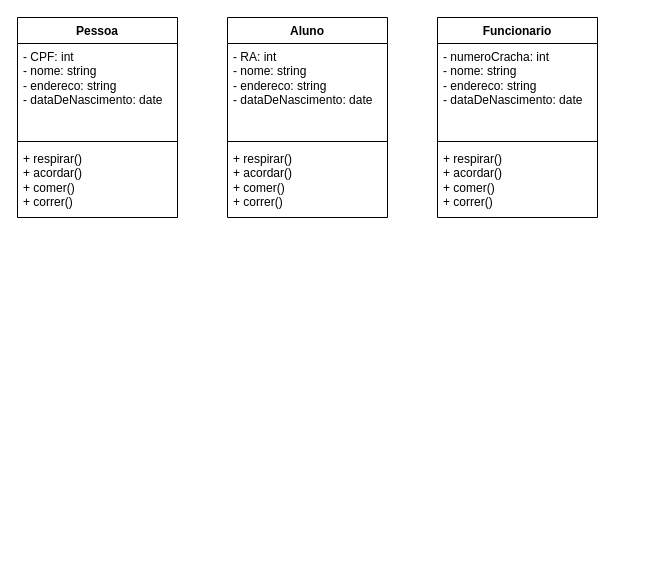
The draw.io diagram Diagrama sem nome.drawio in Jhonneg/FluxogramaRepo, before the edit. Source tidied: cells renumbered, new cells numbered last; positions are measured from the earlier drawing's top-left corner, leaving out a move shared by most shapes. Both pictures are drawn from the tidied source at 100%, with x=0, y=0 at pixel (17, 17).
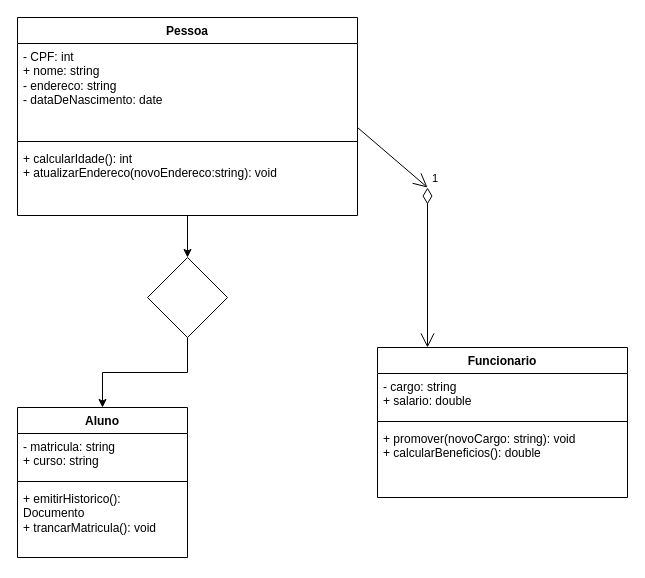
Above is the later version.

The edit, as a diff of the source:
```diff
@@
+    <mxCell id="14" style="edgeStyle=orthogonalEdgeStyle;rounded=0;jettySize=auto;html=1;" parent="1" edge="1" source="2" target="19">
+      <mxGeometry relative="1" as="geometry" />
+    </mxCell>
     <mxCell id="2" value="Pessoa" style="swimlane;fontStyle=1;align=center;verticalAlign=top;horizontal=1;startSize=26;whiteSpace=wrap;html=1;" parent="1" vertex="1">
-      <mxGeometry width="160" height="200" as="geometry" />
+      <mxGeometry width="340" height="198" as="geometry" />
     </mxCell>
-    <mxCell id="3" value="&lt;div&gt;- CPF: int&lt;/div&gt;- nome: string&lt;div&gt;- endereco: string&lt;/div&gt;&lt;div&gt;- dataDeNascimento: date&lt;/div&gt;" style="text;strokeColor=none;fillColor=none;align=left;verticalAlign=top;spacingLeft=4;spacingRight=4;overflow=hidden;whiteSpace=wrap;html=1;" parent="2" vertex="1">
-      <mxGeometry y="26" width="160" height="94" as="geometry" />
+    <mxCell id="3" value="&lt;div&gt;- CPF: int&lt;/div&gt;+ nome: string&lt;div&gt;- endereco: string&lt;/div&gt;&lt;div&gt;- dataDeNascimento: date&lt;/div&gt;" style="text;strokeColor=none;fillColor=none;align=left;verticalAlign=top;spacingLeft=4;spacingRight=4;overflow=hidden;whiteSpace=wrap;html=1;" parent="2" vertex="1">
+      <mxGeometry y="26" width="340" height="94" as="geometry" />
     </mxCell>
     <mxCell id="4" style="line;strokeWidth=1;fillColor=none;align=left;verticalAlign=middle;spacingTop=-1;spacingLeft=3;spacingRight=3;labelPosition=right;strokeColor=inherit;" parent="2" vertex="1">
-      <mxGeometry y="120" width="160" height="8" as="geometry" />
+      <mxGeometry y="120" width="340" height="8" as="geometry" />
     </mxCell>
-    <mxCell id="5" value="+ respirar()&lt;div&gt;+ acordar()&lt;/div&gt;&lt;div&gt;+ comer()&lt;/div&gt;&lt;div&gt;+ correr()&lt;/div&gt;" style="text;strokeColor=none;fillColor=none;align=left;verticalAlign=top;spacingLeft=4;spacingRight=4;overflow=hidden;whiteSpace=wrap;html=1;" parent="2" vertex="1">
-      <mxGeometry y="128" width="160" height="72" as="geometry" />
+    <mxCell id="5" value="+ calcularIdade(): int&lt;div&gt;+ atualizarEndereco(novoEndereco:string): void&lt;/div&gt;" style="text;strokeColor=none;fillColor=none;align=left;verticalAlign=top;spacingLeft=4;spacingRight=4;overflow=hidden;whiteSpace=wrap;html=1;" parent="2" vertex="1">
+      <mxGeometry y="128" width="340" height="70" as="geometry" />
     </mxCell>
     <mxCell id="6" value="Aluno" style="swimlane;fontStyle=1;align=center;verticalAlign=top;horizontal=1;startSize=26;whiteSpace=wrap;html=1;" parent="1" vertex="1">
-      <mxGeometry x="210" width="160" height="200" as="geometry" />
+      <mxGeometry y="390" width="170" height="150" as="geometry" />
     </mxCell>
-    <mxCell id="7" value="&lt;div&gt;- RA: int&lt;/div&gt;- nome: string&lt;div&gt;- endereco: string&lt;/div&gt;&lt;div&gt;- dataDeNascimento: date&lt;/div&gt;" style="text;strokeColor=none;fillColor=none;align=left;verticalAlign=top;spacingLeft=4;spacingRight=4;overflow=hidden;whiteSpace=wrap;html=1;" parent="6" vertex="1">
-      <mxGeometry y="26" width="160" height="94" as="geometry" />
+    <mxCell id="7" value="&lt;div&gt;- matricula: string&lt;/div&gt;+ curso: string" style="text;strokeColor=none;fillColor=none;align=left;verticalAlign=top;spacingLeft=4;spacingRight=4;overflow=hidden;whiteSpace=wrap;html=1;" parent="6" vertex="1">
+      <mxGeometry y="26" width="170" height="44" as="geometry" />
     </mxCell>
     <mxCell id="8" style="line;strokeWidth=1;fillColor=none;align=left;verticalAlign=middle;spacingTop=-1;spacingLeft=3;spacingRight=3;labelPosition=right;strokeColor=inherit;" parent="6" vertex="1">
-      <mxGeometry y="120" width="160" height="8" as="geometry" />
+      <mxGeometry y="70" width="170" height="8" as="geometry" />
     </mxCell>
-    <mxCell id="9" value="+ respirar()&lt;div&gt;+ acordar()&lt;/div&gt;&lt;div&gt;+ comer()&lt;/div&gt;&lt;div&gt;+ correr()&lt;/div&gt;" style="text;strokeColor=none;fillColor=none;align=left;verticalAlign=top;spacingLeft=4;spacingRight=4;overflow=hidden;whiteSpace=wrap;html=1;" parent="6" vertex="1">
-      <mxGeometry y="128" width="160" height="72" as="geometry" />
+    <mxCell id="9" value="+ emitirHistorico(): Documento&lt;div&gt;+ trancarMatricula(): void&lt;/div&gt;" style="text;strokeColor=none;fillColor=none;align=left;verticalAlign=top;spacingLeft=4;spacingRight=4;overflow=hidden;whiteSpace=wrap;html=1;" parent="6" vertex="1">
+      <mxGeometry y="78" width="170" height="72" as="geometry" />
     </mxCell>
     <mxCell id="10" value="Funcionario" style="swimlane;fontStyle=1;align=center;verticalAlign=top;horizontal=1;startSize=26;whiteSpace=wrap;html=1;" parent="1" vertex="1">
-      <mxGeometry x="420" width="160" height="200" as="geometry" />
+      <mxGeometry x="360" y="330" width="250" height="150" as="geometry" />
     </mxCell>
-    <mxCell id="11" value="&lt;div&gt;- numeroCracha: int&lt;/div&gt;- nome: string&lt;div&gt;- endereco: string&lt;/div&gt;&lt;div&gt;- dataDeNascimento: date&lt;/div&gt;" style="text;strokeColor=none;fillColor=none;align=left;verticalAlign=top;spacingLeft=4;spacingRight=4;overflow=hidden;whiteSpace=wrap;html=1;" parent="10" vertex="1">
-      <mxGeometry y="26" width="160" height="94" as="geometry" />
-    </mxCell>
-    <mxCell id="12" style="line;strokeWidth=1;fillColor=none;align=left;verticalAlign=middle;spacingTop=-1;spacingLeft=3;spacingRight=3;labelPosition=right;strokeColor=inherit;" parent="10" vertex="1">
-      <mxGeometry y="120" width="160" height="8" as="geometry" />
-    </mxCell>
-    <mxCell id="13" value="+ respirar()&lt;div&gt;+ acordar()&lt;/div&gt;&lt;div&gt;+ comer()&lt;/div&gt;&lt;div&gt;+ correr()&lt;/div&gt;" style="text;strokeColor=none;fillColor=none;align=left;verticalAlign=top;spacingLeft=4;spacingRight=4;overflow=hidden;whiteSpace=wrap;html=1;" parent="10" vertex="1">
-      <mxGeometry y="128" width="160" height="72" as="geometry" />
-    </mxCell>
+    <mxCell id="15" value="&lt;div&gt;- cargo: string&lt;/div&gt;+ salario: double" style="text;strokeColor=none;fillColor=none;align=left;verticalAlign=top;spacingLeft=4;spacingRight=4;overflow=hidden;whiteSpace=wrap;html=1;" parent="10" vertex="1">
+      <mxGeometry y="26" width="250" height="44" as="geometry" />
+    </mxCell>
+    <mxCell id="16" style="line;strokeWidth=1;fillColor=none;align=left;verticalAlign=middle;spacingTop=-1;spacingLeft=3;spacingRight=3;labelPosition=right;strokeColor=inherit;" parent="10" vertex="1">
+      <mxGeometry y="70" width="250" height="8" as="geometry" />
+    </mxCell>
+    <mxCell id="17" value="+ promover(novoCargo: string): void&lt;div&gt;+ calcularBeneficios(): double&lt;/div&gt;" style="text;strokeColor=none;fillColor=none;align=left;verticalAlign=top;spacingLeft=4;spacingRight=4;overflow=hidden;whiteSpace=wrap;html=1;" parent="10" vertex="1">
+      <mxGeometry y="78" width="250" height="72" as="geometry" />
+    </mxCell>
+    <mxCell id="18" style="edgeStyle=orthogonalEdgeStyle;rounded=0;jettySize=auto;html=1;entryX=0.5;entryY=0;entryDx=0;entryDy=0;" parent="1" edge="1" source="19" target="6">
+      <mxGeometry relative="1" as="geometry" />
+    </mxCell>
+    <mxCell id="19" style="rhombus;whiteSpace=wrap;html=1;verticalAlign=top;fontStyle=1;startSize=26;horizontal=1;" parent="1" vertex="1">
+      <mxGeometry x="130" y="240" width="80" height="80" as="geometry" />
+    </mxCell>
+    <mxCell id="20" value="1" style="endArrow=open;html=1;endSize=12;startArrow=diamondThin;startSize=14;startFill=0;edgeStyle=orthogonalEdgeStyle;align=left;verticalAlign=bottom;rounded=0;" parent="1" edge="1">
+      <mxGeometry x="-1" y="3" relative="1" as="geometry">
+        <mxPoint x="410" y="170" as="sourcePoint" />
+        <mxPoint x="410" y="330" as="targetPoint" />
+        <Array as="points">
+          <mxPoint x="410" y="330" />
+        </Array>
+      </mxGeometry>
+    </mxCell>
+    <mxCell id="21" style="endArrow=open;endFill=1;endSize=12;html=1;rounded=0;" parent="1" edge="1">
+      <mxGeometry relative="1" as="geometry">
+        <mxPoint x="340" y="110" as="sourcePoint" />
+        <mxPoint x="410" y="170" as="targetPoint" />
+      </mxGeometry>
+    </mxCell>
```
